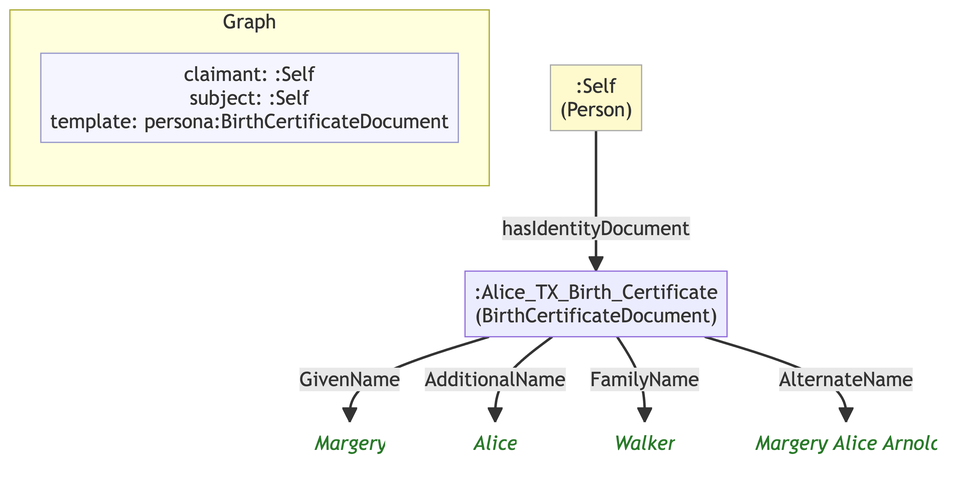
The Mermaid diagram example/graphs/images/graph-78.png in MeeFoundation/mia-ontologies, before a commit. Its source is kept beside it as example/graphs/images/graph-78.mmd. Its diagram source:
```mermaid
flowchart TD
    classDef person fill:#fffacd,stroke:#aaa,color:#333
    classDef org    fill:#cce5ff,stroke:#aaa,color:#333
    classDef lit    fill:none,stroke:none,font-style:italic,color:#2a7a2a
    classDef meta   fill:#f5f5ff,stroke:#9999cc,color:#333

    subgraph ctx["Graph"]
        direction LR
        ctx_meta["claimant: :Self\nsubject: :Self\ntemplate: persona:BirthCertificateDocument"]:::meta
    end

    n0b5b9e968f7f[":Alice_TX_Birth_Certificate\n(BirthCertificateDocument)"]
    n1052faeb0396("Margery"):::lit
    n4bbd3d75a70d("Alice"):::lit
    n3f2e20583c8e("Walker"):::lit
    n5735d23baa80("Margery Alice Arnold"):::lit
    ne0c3ba92f1db[":Self\n(Person)"]:::person

    n0b5b9e968f7f -->|"GivenName"| n1052faeb0396
    n0b5b9e968f7f -->|"AdditionalName"| n4bbd3d75a70d
    n0b5b9e968f7f -->|"FamilyName"| n3f2e20583c8e
    n0b5b9e968f7f -->|"AlternateName"| n5735d23baa80
    ne0c3ba92f1db -->|"hasIdentityDocument"| n0b5b9e968f7f
```
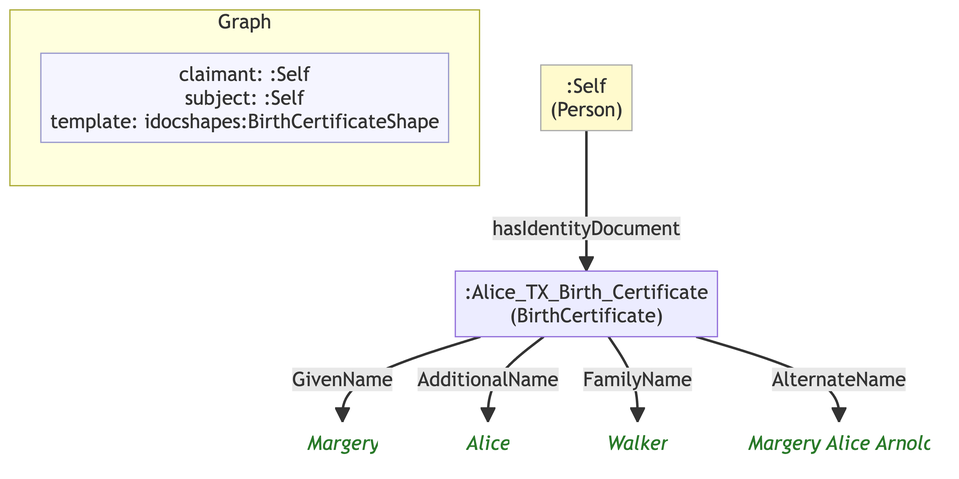
After the change.

Change to the diagram source:
```diff
@@ -6,18 +6,18 @@
 
     subgraph ctx["Graph"]
         direction LR
-        ctx_meta["claimant: :Self\nsubject: :Self\ntemplate: persona:BirthCertificateDocument"]:::meta
+        ctx_meta["claimant: :Self\nsubject: :Self\ntemplate: idocshapes:BirthCertificateShape"]:::meta
     end
 
-    n0b5b9e968f7f[":Alice_TX_Birth_Certificate\n(BirthCertificateDocument)"]
-    n1052faeb0396("Margery"):::lit
-    n4bbd3d75a70d("Alice"):::lit
-    n3f2e20583c8e("Walker"):::lit
-    n5735d23baa80("Margery Alice Arnold"):::lit
+    n0b5b9e968f7f[":Alice_TX_Birth_Certificate\n(BirthCertificate)"]
+    neecb0fd36634("Margery"):::lit
+    n60c44b92a4b6("Alice"):::lit
+    nb09f78bda351("Walker"):::lit
+    n3a2d898c5115("Margery Alice Arnold"):::lit
     ne0c3ba92f1db[":Self\n(Person)"]:::person
 
-    n0b5b9e968f7f -->|"GivenName"| n1052faeb0396
-    n0b5b9e968f7f -->|"AdditionalName"| n4bbd3d75a70d
-    n0b5b9e968f7f -->|"FamilyName"| n3f2e20583c8e
-    n0b5b9e968f7f -->|"AlternateName"| n5735d23baa80
+    n0b5b9e968f7f -->|"GivenName"| neecb0fd36634
+    n0b5b9e968f7f -->|"AdditionalName"| n60c44b92a4b6
+    n0b5b9e968f7f -->|"FamilyName"| nb09f78bda351
+    n0b5b9e968f7f -->|"AlternateName"| n3a2d898c5115
     ne0c3ba92f1db -->|"hasIdentityDocument"| n0b5b9e968f7f
```
